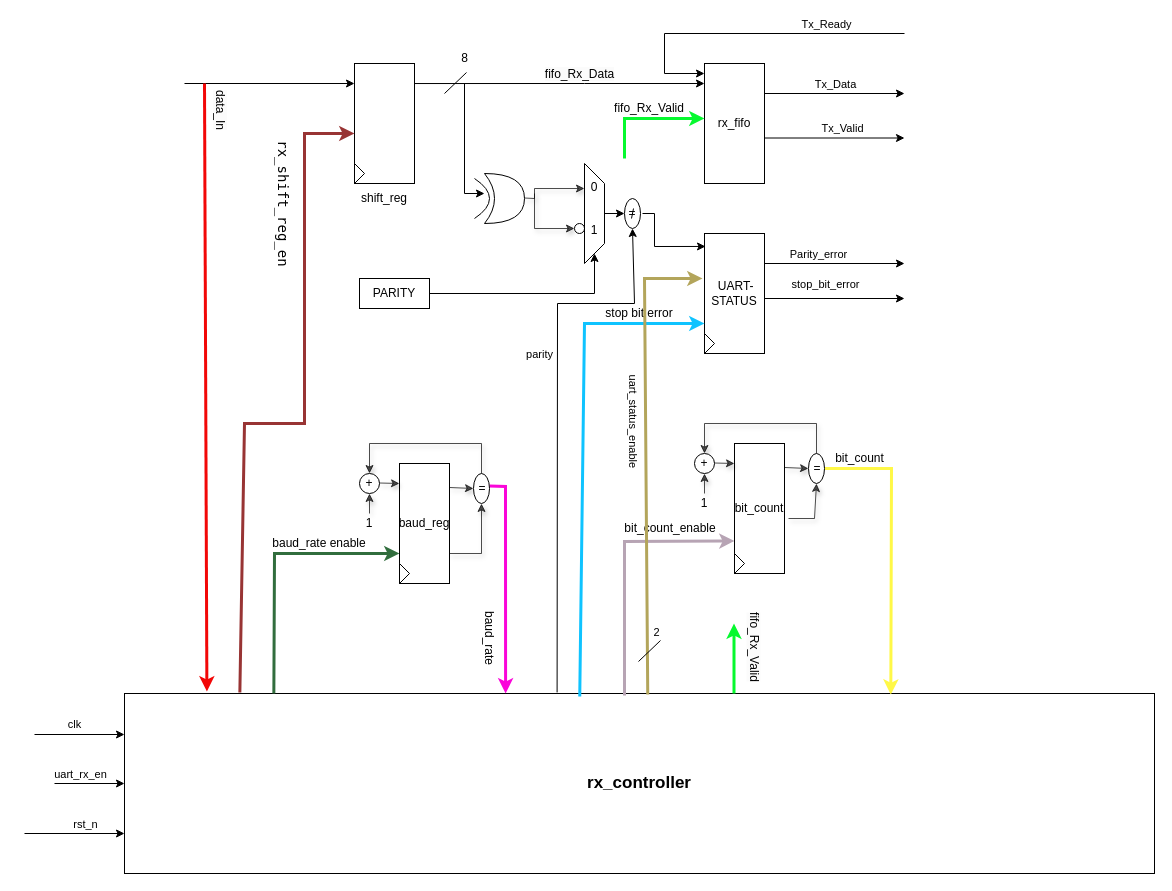
Earlier version of the draw.io diagram page "Page-1" (1 of 2) of Muhammad_Boota/lab8/task_2/doc/UART_RX.drawio (ee-uet/Xce_Training2025_Week02). Source tidied: cells renumbered, new cells numbered last; positions are measured from the earlier drawing's top-left corner, leaving out a move shared by most shapes. Both pictures are drawn from the tidied source at 100%, with x=0, y=0 at pixel (24, 33).
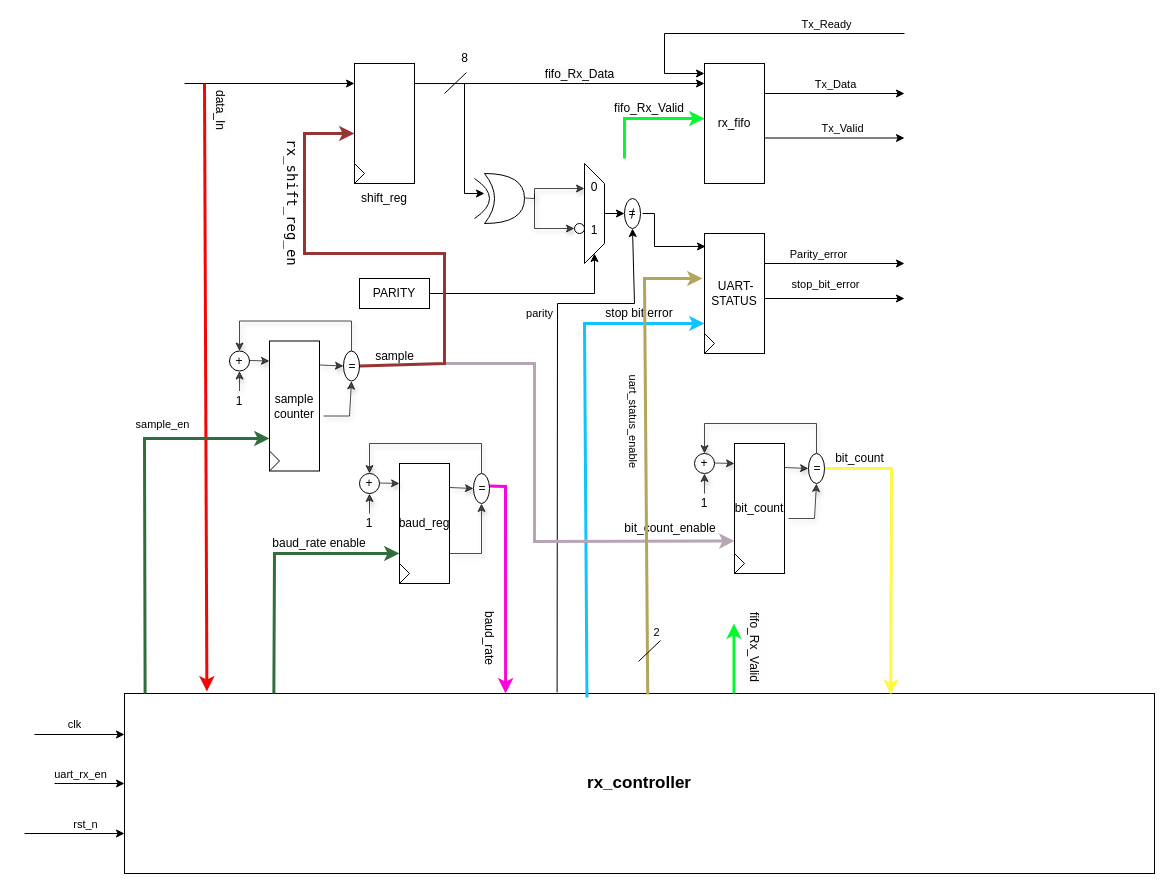
Above is the later version.

The change refers to these unchanged cells:
```xml
<mxCell id="4" value="&lt;b&gt;&lt;font style=&quot;font-size: 17px;&quot;&gt;rx_controller&lt;/font&gt;&lt;/b&gt;" style="rounded=0;whiteSpace=wrap;html=1;" parent="1" vertex="1">
  <mxGeometry x="100" y="660" width="1030" height="180" as="geometry" />
</mxCell>
<mxCell id="5" style="rounded=0;whiteSpace=wrap;html=1;direction=south;" parent="1" vertex="1">
  <mxGeometry x="680" y="200" width="60" height="120" as="geometry" />
</mxCell>
<mxCell id="17" style="endArrow=classic;html=1;rounded=0;entryX=0.5;entryY=1;entryDx=0;entryDy=0;exitX=0.42;exitY=-0.006;exitDx=0;exitDy=0;exitPerimeter=0;" parent="1" edge="1" source="4" target="13">
  <mxGeometry relative="1" as="geometry">
    <Array as="points">
      <mxPoint x="533" y="270" />
      <mxPoint x="610" y="270" />
    </Array>
  </mxGeometry>
</mxCell>
<mxCell id="65" value="bit_count" style="rounded=0;whiteSpace=wrap;html=1;direction=south;" parent="1" vertex="1">
  <mxGeometry x="710" y="410" width="50" height="130" as="geometry" />
</mxCell>
```

What changed in the source:
```diff
@@
     <mxCell id="18" value="parity" style="edgeLabel;html=1;align=center;verticalAlign=middle;" parent="17" vertex="1">
       <mxGeometry x="0.22" y="1" relative="1" as="geometry">
-        <mxPoint x="-17" y="-8" as="offset" />
+        <mxPoint x="-17" y="-49" as="offset" />
       </mxGeometry>
     </mxCell>
@@
-    <mxCell id="22" style="endArrow=classic;html=1;rounded=0;strokeColor=light-dark(#0fc3ff, #ededed);strokeWidth=3;entryX=0.75;entryY=1;entryDx=0;entryDy=0;exitX=0.442;exitY=0.017;exitDx=0;exitDy=0;exitPerimeter=0;" parent="1" edge="1" source="4" target="5">
+    <mxCell id="22" style="endArrow=classic;html=1;rounded=0;strokeColor=light-dark(#0fc3ff, #ededed);strokeWidth=3;entryX=0.75;entryY=1;entryDx=0;entryDy=0;exitX=0.449;exitY=0.022;exitDx=0;exitDy=0;exitPerimeter=0;" parent="1" edge="1" source="4" target="5">
       <mxGeometry relative="1" as="geometry">
         <Array as="points">
           <mxPoint x="560" y="290" />
         </Array>
       </mxGeometry>
     </mxCell>
@@
     <mxCell id="26" style="endArrow=classic;html=1;rounded=0;strokeColor=light-dark(#B7A4B4,#EDEDED);strokeWidth=3;entryX=0.75;entryY=1;entryDx=0;entryDy=0;" parent="1" edge="1" target="65">
       <mxGeometry relative="1" as="geometry">
-        <mxPoint x="600" y="662" as="sourcePoint" />
+        <mxPoint x="420" y="330" as="sourcePoint" />
         <Array as="points">
-          <mxPoint x="600" y="508" />
+          <mxPoint x="510" y="330" />
+          <mxPoint x="510" y="508" />
         </Array>
       </mxGeometry>
     </mxCell>
@@
-    <mxCell id="55" style="endArrow=classic;html=1;rounded=0;strokeColor=light-dark(#983434, #ededed);strokeWidth=3;exitX=0.112;exitY=-0.006;exitDx=0;exitDy=0;exitPerimeter=0;" parent="1" edge="1" source="4">
+    <mxCell id="55" style="endArrow=classic;html=1;rounded=0;strokeColor=light-dark(#983434, #ededed);strokeWidth=3;exitX=1;exitY=0.5;exitDx=0;exitDy=0;" parent="1" edge="1" source="109">
       <mxGeometry relative="1" as="geometry">
         <mxPoint x="330" y="100" as="targetPoint" />
         <Array as="points">
-          <mxPoint x="220" y="390" />
-          <mxPoint x="280" y="390" />
+          <mxPoint x="420" y="330" />
+          <mxPoint x="420" y="220" />
+          <mxPoint x="280" y="220" />
           <mxPoint x="280" y="100" />
         </Array>
       </mxGeometry>
     </mxCell>
@@
+    <mxCell id="97" value="sample" style="text;html=1;align=center;verticalAlign=middle;strokeColor=none;fillColor=none;" parent="1" vertex="1">
+      <mxGeometry x="340" y="307.5" width="60" height="30" as="geometry" />
+    </mxCell>
+    <mxCell id="98" value="sample&lt;br&gt;counter" style="rounded=0;whiteSpace=wrap;html=1;direction=south;" parent="1" vertex="1">
+      <mxGeometry x="245" y="307.5" width="50" height="130" as="geometry" />
+    </mxCell>
+    <mxCell id="99" style="triangle;whiteSpace=wrap;html=1;" parent="1" vertex="1">
+      <mxGeometry x="245" y="417.5" width="10" height="20" as="geometry" />
+    </mxCell>
+    <mxCell id="100" style="endArrow=classic;html=1;rounded=0;strokeWidth=1;startSize=6;opacity=70;jumpSize=1;strokeColor=default;shadow=1;exitX=0.5;exitY=0;exitDx=0;exitDy=0;" parent="1" edge="1" source="108" target="101">
+      <mxGeometry relative="1" as="geometry">
+        <Array as="points">
+          <mxPoint x="327" y="287.5" />
+          <mxPoint x="215" y="287.5" />
+        </Array>
+      </mxGeometry>
+    </mxCell>
+    <mxCell id="101" style="ellipse;whiteSpace=wrap;html=1;" parent="1" vertex="1">
+      <mxGeometry x="205" y="317.5" width="20" height="20" as="geometry" />
+    </mxCell>
+    <mxCell id="102" value="+" style="text;html=1;align=center;verticalAlign=middle;whiteSpace=wrap;rounded=0;" parent="1" vertex="1">
+      <mxGeometry x="210" y="320" width="10" height="15" as="geometry" />
+    </mxCell>
+    <mxCell id="103" style="endArrow=classic;html=1;rounded=0;strokeWidth=1;startSize=6;opacity=70;jumpSize=1;strokeColor=default;shadow=1;entryX=0.5;entryY=1;entryDx=0;entryDy=0;" parent="1" edge="1" target="101">
+      <mxGeometry relative="1" as="geometry">
+        <mxPoint x="215" y="357.5" as="sourcePoint" />
+      </mxGeometry>
+    </mxCell>
+    <mxCell id="104" value="1" style="text;html=1;align=center;verticalAlign=middle;whiteSpace=wrap;rounded=0;" parent="1" vertex="1">
+      <mxGeometry x="205" y="362.5" width="20" height="10" as="geometry" />
+    </mxCell>
+    <mxCell id="105" style="endArrow=classic;html=1;rounded=0;strokeWidth=1;startSize=6;opacity=70;jumpSize=1;strokeColor=default;shadow=1;" parent="1" edge="1">
+      <mxGeometry relative="1" as="geometry">
+        <mxPoint x="225" y="327" as="sourcePoint" />
+        <mxPoint x="245" y="327.5" as="targetPoint" />
+      </mxGeometry>
+    </mxCell>
+    <mxCell id="106" style="endArrow=classic;html=1;rounded=0;strokeWidth=1;startSize=6;opacity=70;jumpSize=1;strokeColor=default;shadow=1;entryX=0.5;entryY=1;entryDx=0;entryDy=0;exitX=0.577;exitY=-0.08;exitDx=0;exitDy=0;exitPerimeter=0;" parent="1" edge="1" source="98" target="108">
+      <mxGeometry relative="1" as="geometry">
+        <Array as="points">
+          <mxPoint x="325" y="382.5" />
+        </Array>
+      </mxGeometry>
+    </mxCell>
+    <mxCell id="107" style="endArrow=classic;html=1;rounded=0;strokeWidth=1;startSize=6;opacity=70;jumpSize=1;strokeColor=default;shadow=1;entryX=0;entryY=0.5;entryDx=0;entryDy=0;" parent="1" edge="1" target="108">
+      <mxGeometry relative="1" as="geometry">
+        <mxPoint x="295" y="331.5" as="sourcePoint" />
+      </mxGeometry>
+    </mxCell>
+    <mxCell id="108" style="ellipse;whiteSpace=wrap;html=1;" parent="1" vertex="1">
+      <mxGeometry x="319" y="317.5" width="16" height="30" as="geometry" />
+    </mxCell>
+    <mxCell id="109" value="=" style="text;html=1;align=center;verticalAlign=middle;whiteSpace=wrap;rounded=0;" parent="1" vertex="1">
+      <mxGeometry x="321" y="327.5" width="14" height="10" as="geometry" />
+    </mxCell>
+    <mxCell id="110" style="endArrow=classic;html=1;rounded=0;strokeColor=light-dark(#316d3d, #ededed);strokeWidth=3;entryX=0.75;entryY=1;entryDx=0;entryDy=0;exitX=0.02;exitY=0;exitDx=0;exitDy=0;exitPerimeter=0;" parent="1" edge="1" source="4">
+      <mxGeometry relative="1" as="geometry">
+        <mxPoint x="245" y="405" as="targetPoint" />
+        <Array as="points">
+          <mxPoint x="120" y="405" />
+        </Array>
+      </mxGeometry>
+    </mxCell>
+    <mxCell id="111" value="sample_en" style="edgeLabel;html=1;align=center;verticalAlign=middle;" parent="110" vertex="1">
+      <mxGeometry x="0.5" y="1" relative="1" as="geometry">
+        <mxPoint x="-12" y="-14" as="offset" />
+      </mxGeometry>
+    </mxCell>
```
